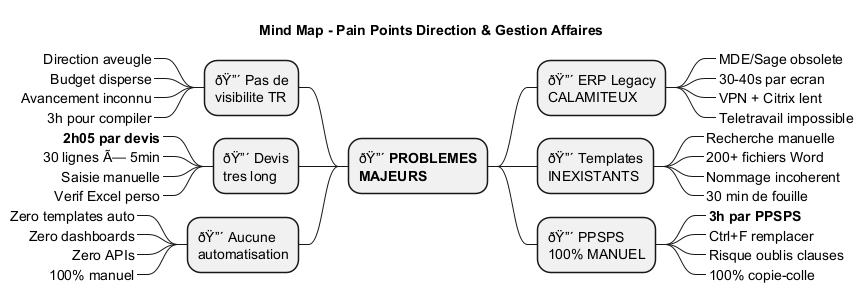
Above: Direction-Affaires/uml/Pain_Points_Direction_Affaires.png in JordanSerafini/Audit_Duret (PlantUML), before the change.
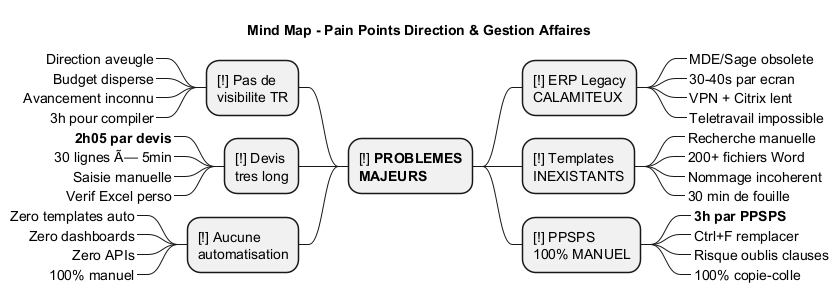
After the change.

The edit, as a diff of the source:
```diff
@@ -2,20 +2,20 @@
 
 title Mind Map - Pain Points Direction & Gestion Affaires
 
-* ðŸ”´ **PROBLEMES**\n**MAJEURS**
-** ðŸ”´ ERP Legacy\nCALAMITEUX
+* [!] **PROBLEMES**\n**MAJEURS**
+** [!] ERP Legacy\nCALAMITEUX
 ***_ MDE/Sage obsolete
 ***_ 30-40s par ecran
 ***_ VPN + Citrix lent
 ***_ Teletravail impossible
 
-** ðŸ”´ Templates\nINEXISTANTS
+** [!] Templates\nINEXISTANTS
 ***_ Recherche manuelle
 ***_ 200+ fichiers Word
 ***_ Nommage incoherent
 ***_ 30 min de fouille
 
-** ðŸ”´ PPSPS\n100% MANUEL
+** [!] PPSPS\n100% MANUEL
 ***_ **3h par PPSPS**
 ***_ Ctrl+F remplacer
 ***_ Risque oublis clauses
@@ -23,19 +23,19 @@
 
 left side
 
-** ðŸ”´ Pas de\nvisibilite TR
+** [!] Pas de\nvisibilite TR
 ***_ Direction aveugle
 ***_ Budget disperse
 ***_ Avancement inconnu
 ***_ 3h pour compiler
 
-** ðŸ”´ Devis\ntres long
+** [!] Devis\ntres long
 ***_ **2h05 par devis**
 ***_ 30 lignes Ã— 5min
 ***_ Saisie manuelle
 ***_ Verif Excel perso
 
-** ðŸ”´ Aucune\nautomatisation
+** [!] Aucune\nautomatisation
 ***_ Zero templates auto
 ***_ Zero dashboards
 ***_ Zero APIs
```
